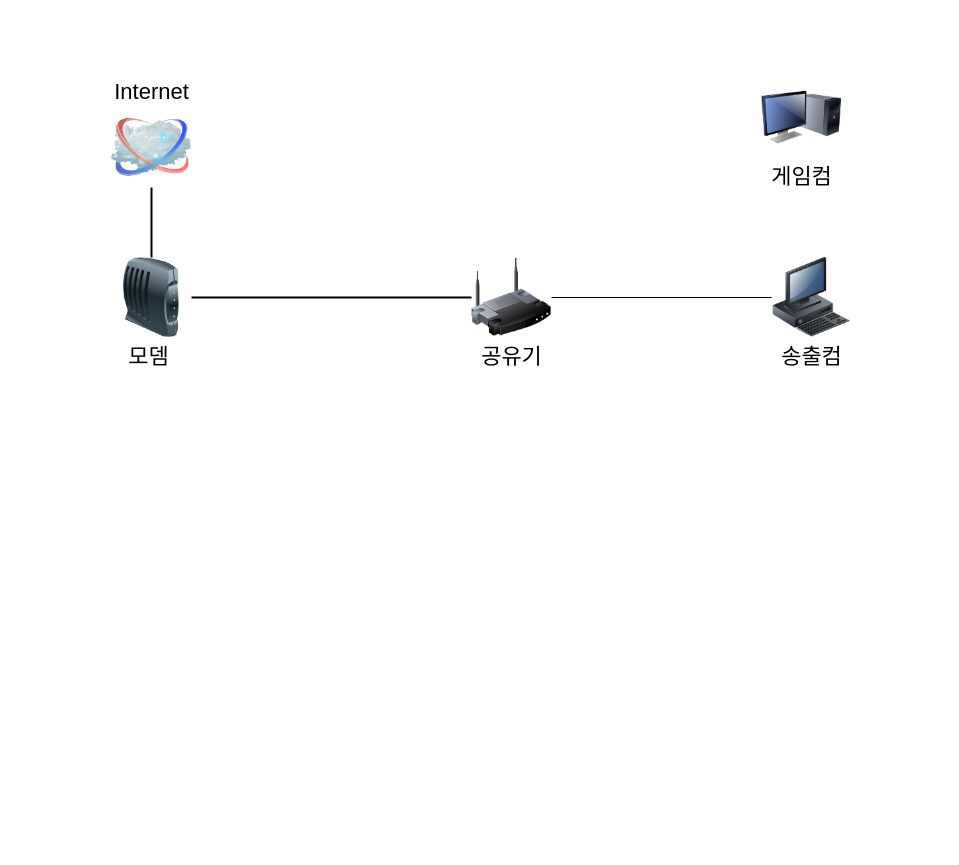
Earlier version of the draw.io diagram network/Untitled Diagram.drawio (monkthumbs/draw.io). Source tidied: cells renumbered, new cells numbered last; positions are measured from the earlier drawing's top-left corner, leaving out a move shared by most shapes. Both pictures are drawn from the tidied source at 100%, with x=0, y=0 at pixel (111, 77).
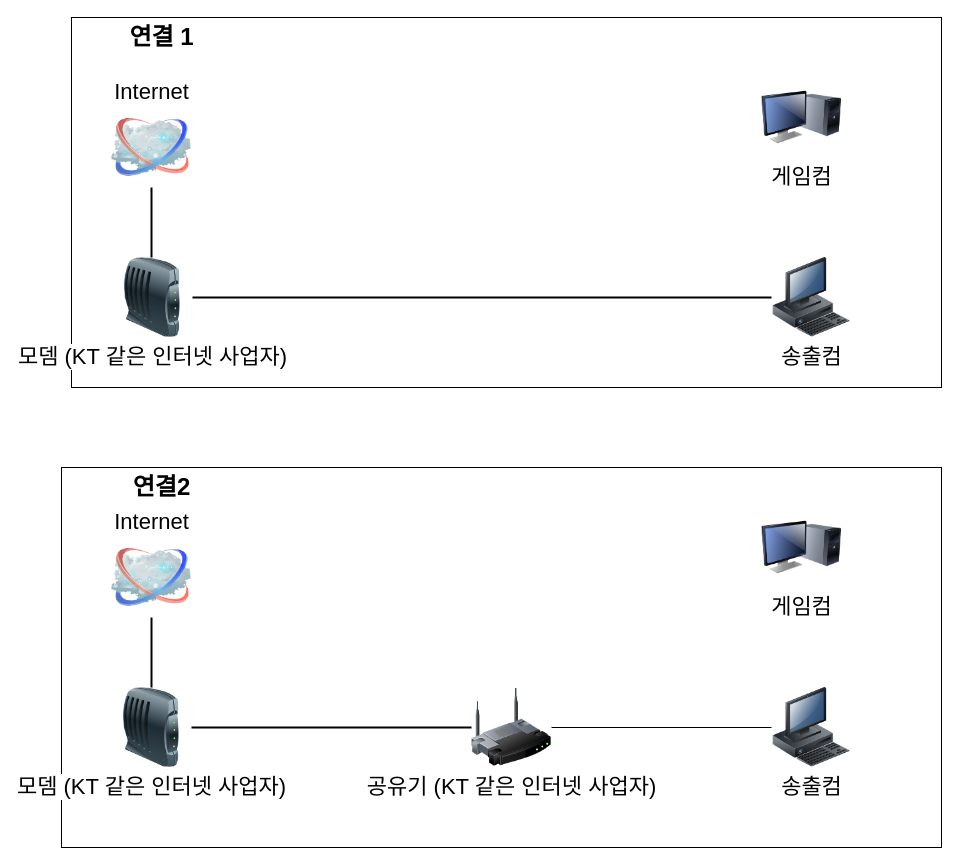
Above is the later version.

The change refers to these unchanged cells:
```xml
<mxCell id="7" value="송출컴" style="image;html=1;labelBackgroundColor=#ffffff;image=img/lib/clip_art/computers/Workstation_128x128.png;rounded=1;shadow=0;comic=0;strokeWidth=2;fontSize=22;" parent="1" vertex="1">
  <mxGeometry x="660" y="180" width="80" height="80" as="geometry" />
</mxCell>
```

Diff of the diagram source:
```diff
@@
+    <mxCell id="10" style="rounded=0;whiteSpace=wrap;html=1;fontSize=22;" parent="1" vertex="1">
+      <mxGeometry x="-40" y="-60" width="870" height="370" as="geometry" />
+    </mxCell>
+    <mxCell id="11" style="rounded=0;whiteSpace=wrap;html=1;fontSize=22;" parent="1" vertex="1">
+      <mxGeometry x="-50" y="390" width="880" height="380" as="geometry" />
+    </mxCell>
-    <mxCell id="2" style="edgeStyle=none;rounded=0;html=1;labelBackgroundColor=none;endArrow=none;strokeWidth=2;fontFamily=Verdana;fontSize=22;" parent="1" edge="1" source="3" target="8">
+    <mxCell id="2" style="edgeStyle=none;rounded=0;html=1;labelBackgroundColor=none;endArrow=none;strokeWidth=2;fontFamily=Verdana;fontSize=22;" parent="1" edge="1" source="7" target="8">
       <mxGeometry relative="1" as="geometry" />
     </mxCell>
-    <mxCell id="3" value="공유기" style="image;html=1;labelBackgroundColor=#ffffff;image=img/lib/clip_art/networking/Wireless_Router_128x128.png;rounded=1;shadow=0;comic=0;strokeWidth=2;fontSize=22;" parent="1" vertex="1">
-      <mxGeometry x="360" y="180" width="80" height="80" as="geometry" />
-    </mxCell>
@@
-    <mxCell id="8" value="모뎀&amp;nbsp;" style="image;html=1;image=img/lib/clip_art/networking/Modem_128x128.png;fontSize=22;" parent="1" vertex="1">
-      <mxGeometry y="180" width="80" height="80" as="geometry" />
+    <mxCell id="8" value="모뎀 (KT 같은 인터넷 사업자)" style="image;html=1;image=img/lib/clip_art/networking/Modem_128x128.png;fontSize=22;" parent="1" vertex="1">
+      <mxGeometry x="1" y="180" width="80" height="80" as="geometry" />
     </mxCell>
-    <mxCell id="9" style="endArrow=none;html=1;rounded=0;" parent="1" edge="1" source="7" target="3">
-      <mxGeometry relative="1" as="geometry" />
-    </mxCell>
+    <mxCell id="12" style="edgeStyle=none;rounded=0;html=1;labelBackgroundColor=none;endArrow=none;strokeWidth=2;fontFamily=Verdana;fontSize=22;" parent="1" edge="1" source="13" target="18">
+      <mxGeometry relative="1" as="geometry" />
+    </mxCell>
+    <mxCell id="13" value="공유기 (KT 같은 인터넷 사업자)" style="image;html=1;labelBackgroundColor=#ffffff;image=img/lib/clip_art/networking/Wireless_Router_128x128.png;rounded=1;shadow=0;comic=0;strokeWidth=2;fontSize=22;" parent="1" vertex="1">
+      <mxGeometry x="360" y="610" width="80" height="80" as="geometry" />
+    </mxCell>
+    <mxCell id="14" value="Internet" style="image;html=1;labelBackgroundColor=#ffffff;image=img/lib/clip_art/networking/Cloud_128x128.png;rounded=1;shadow=0;comic=0;strokeWidth=2;fontSize=22;labelPosition=center;verticalLabelPosition=top;align=center;verticalAlign=bottom;" parent="1" vertex="1">
+      <mxGeometry y="460" width="80" height="80" as="geometry" />
+    </mxCell>
+    <mxCell id="15" style="edgeStyle=none;rounded=0;html=1;labelBackgroundColor=none;endArrow=none;strokeWidth=2;fontFamily=Verdana;fontSize=22;" parent="1" edge="1" target="14">
+      <mxGeometry relative="1" as="geometry">
+        <mxPoint x="40" y="610" as="sourcePoint" />
+      </mxGeometry>
+    </mxCell>
+    <mxCell id="16" value="게임컴" style="image;html=1;labelBackgroundColor=#ffffff;image=img/lib/clip_art/computers/Monitor_Tower_128x128.png;rounded=1;shadow=0;comic=0;strokeWidth=2;fontSize=22;" parent="1" vertex="1">
+      <mxGeometry x="650" y="430" width="80" height="80" as="geometry" />
+    </mxCell>
+    <mxCell id="17" value="송출컴" style="image;html=1;labelBackgroundColor=#ffffff;image=img/lib/clip_art/computers/Workstation_128x128.png;rounded=1;shadow=0;comic=0;strokeWidth=2;fontSize=22;" parent="1" vertex="1">
+      <mxGeometry x="660" y="610" width="80" height="80" as="geometry" />
+    </mxCell>
+    <mxCell id="18" value="모뎀 (KT 같은 인터넷 사업자)" style="image;html=1;image=img/lib/clip_art/networking/Modem_128x128.png;fontSize=22;" parent="1" vertex="1">
+      <mxGeometry y="610" width="80" height="80" as="geometry" />
+    </mxCell>
+    <mxCell id="19" style="endArrow=none;html=1;rounded=0;" parent="1" edge="1" source="17" target="13">
+      <mxGeometry relative="1" as="geometry" />
+    </mxCell>
+    <mxCell id="20" value="연결 1" style="text;strokeColor=none;fillColor=none;html=1;fontSize=24;fontStyle=1;verticalAlign=middle;align=center;" parent="1" vertex="1">
+      <mxGeometry y="-60" width="100" height="40" as="geometry" />
+    </mxCell>
+    <mxCell id="21" value="연결2" style="text;strokeColor=none;fillColor=none;html=1;fontSize=24;fontStyle=1;verticalAlign=middle;align=center;" parent="1" vertex="1">
+      <mxGeometry y="390" width="100" height="40" as="geometry" />
+    </mxCell>
```
